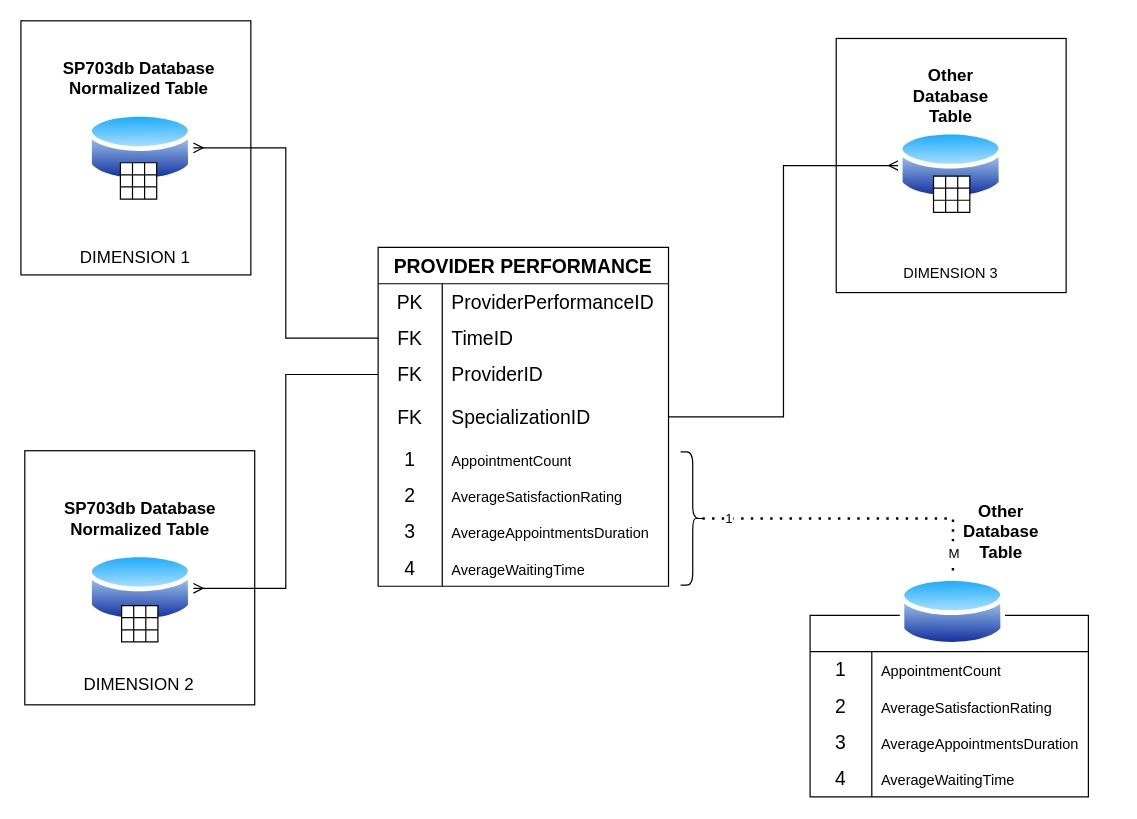
vinsanity2022/ERD_SP703 keeps this draw.io diagram as page "datasource diagram DW" (9 of 9) of SP703.drawio. Above is the earlier version. Source tidied: cells renumbered, new cells numbered last; positions are measured from the earlier drawing's top-left corner, leaving out a move shared by most shapes. Both pictures are drawn from the tidied source at 121%, with x=0, y=0 at pixel (21, 21).
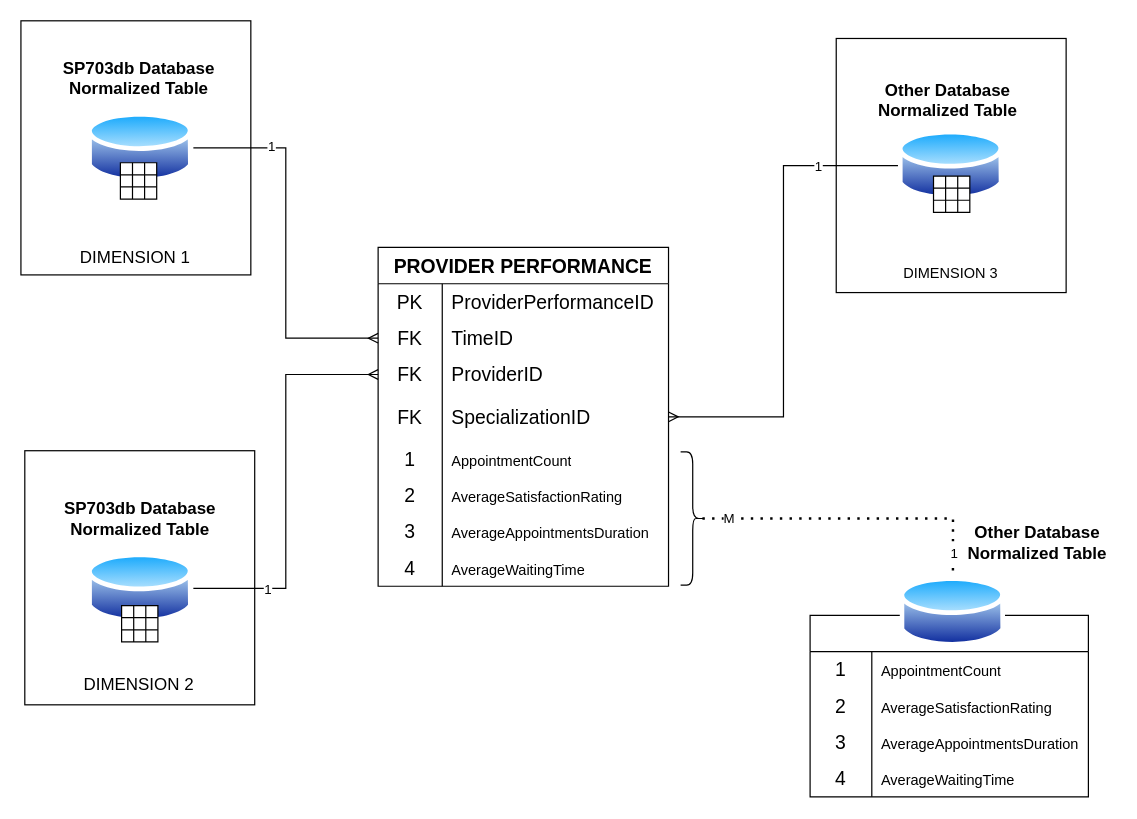
The same diagram, later.

Unchanged cells that the change refers to:
```xml
<mxCell id="10" style="shape=tableRow;horizontal=0;startSize=0;swimlaneHead=0;swimlaneBody=0;top=0;left=0;bottom=0;right=0;fillColor=none;points=[[0,0.5],[1,0.5]];portConstraint=eastwest;strokeColor=inherit;fontSize=16;" parent="6" vertex="1">
  <mxGeometry y="60" width="240" height="30" as="geometry" />
</mxCell>
<mxCell id="13" style="shape=tableRow;horizontal=0;startSize=0;swimlaneHead=0;swimlaneBody=0;top=0;left=0;bottom=0;right=0;fillColor=none;points=[[0,0.5],[1,0.5]];portConstraint=eastwest;strokeColor=inherit;fontSize=16;" parent="6" vertex="1">
  <mxGeometry y="90" width="240" height="30" as="geometry" />
</mxCell>
<mxCell id="16" style="shape=tableRow;horizontal=0;startSize=0;swimlaneHead=0;swimlaneBody=0;top=0;left=0;bottom=0;right=0;fillColor=none;points=[[0,0.5],[1,0.5]];portConstraint=eastwest;strokeColor=inherit;fontSize=16;" parent="6" vertex="1">
  <mxGeometry y="120" width="240" height="40" as="geometry" />
</mxCell>
<mxCell id="48" style="image;perimeter=ellipsePerimeter;html=1;align=center;shadow=0;dashed=0;spacingTop=3;image=img/lib/active_directory/database.svg;" parent="1" vertex="1">
  <mxGeometry x="725" y="87" width="87.3" height="64.6" as="geometry" />
</mxCell>
<mxCell id="49" style="image;perimeter=ellipsePerimeter;html=1;align=center;shadow=0;dashed=0;spacingTop=3;image=img/lib/active_directory/database.svg;" parent="1" vertex="1">
  <mxGeometry x="55" y="72.4" width="87.3" height="64.6" as="geometry" />
</mxCell>
<mxCell id="50" style="image;perimeter=ellipsePerimeter;html=1;align=center;shadow=0;dashed=0;spacingTop=3;image=img/lib/active_directory/database.svg;" parent="1" vertex="1">
  <mxGeometry x="55" y="436.4" width="87.3" height="64.6" as="geometry" />
</mxCell>
<mxCell id="96" style="endArrow=none;dashed=1;html=1;dashPattern=1 3;strokeWidth=2;rounded=0;exitX=0.1;exitY=0.5;exitDx=0;exitDy=0;exitPerimeter=0;entryX=0.5;entryY=0;entryDx=0;entryDy=0;edgeStyle=orthogonalEdgeStyle;" parent="1" edge="1" source="5" target="44">
  <mxGeometry relative="1" as="geometry" />
</mxCell>
```

What changed in the source:
```diff
@@
-    <mxCell id="45" value="&lt;font style=&quot;font-size: 14px;&quot;&gt;&lt;b&gt;Other Database Table&lt;/b&gt;&lt;/font&gt;" style="text;strokeColor=none;align=center;fillColor=none;html=1;verticalAlign=middle;whiteSpace=wrap;rounded=0;" parent="1" vertex="1">
-      <mxGeometry x="775" y="397" width="70" height="50" as="geometry" />
-    </mxCell>
-    <mxCell id="46" value="&lt;font style=&quot;font-size: 14px;&quot;&gt;&lt;b&gt;Other Database Table&lt;/b&gt;&lt;/font&gt;" style="text;strokeColor=none;align=center;fillColor=none;html=1;verticalAlign=middle;whiteSpace=wrap;rounded=0;" parent="1" vertex="1">
-      <mxGeometry x="727.6" y="37" width="81.3" height="50" as="geometry" />
+    <mxCell id="46" value="&lt;font style=&quot;font-size: 14px;&quot;&gt;&lt;b&gt;Other Database Normalized Table&lt;/b&gt;&lt;/font&gt;" style="text;strokeColor=none;align=center;fillColor=none;html=1;verticalAlign=middle;whiteSpace=wrap;rounded=0;" parent="1" vertex="1">
+      <mxGeometry x="701" y="40" width="130" height="50" as="geometry" />
     </mxCell>
-    <mxCell id="47" style="edgeStyle=orthogonalEdgeStyle;fontSize=12;html=1;endArrow=ERmany;rounded=0;entryX=0;entryY=0.5;entryDx=0;entryDy=0;" parent="1" edge="1" source="16" target="48">
+    <mxCell id="47" style="edgeStyle=orthogonalEdgeStyle;fontSize=12;html=1;endArrow=ERmany;rounded=0;entryX=1;entryY=0.5;entryDx=0;entryDy=0;exitX=0;exitY=0.5;exitDx=0;exitDy=0;" parent="1" edge="1" source="48" target="16">
       <mxGeometry relative="1" as="geometry" />
     </mxCell>
+    <mxCell id="100" value="1" style="edgeLabel;html=1;align=center;verticalAlign=middle;" parent="47" vertex="1">
+      <mxGeometry x="-0.67" relative="1" as="geometry" />
+    </mxCell>
@@
-    <mxCell id="52" style="edgeStyle=orthogonalEdgeStyle;fontSize=12;html=1;endArrow=ERmany;rounded=0;entryX=1;entryY=0.5;entryDx=0;entryDy=0;" parent="1" edge="1" source="10" target="49">
+    <mxCell id="52" style="edgeStyle=orthogonalEdgeStyle;fontSize=12;html=1;endArrow=ERmany;rounded=0;entryX=0;entryY=0.5;entryDx=0;entryDy=0;exitX=1;exitY=0.5;exitDx=0;exitDy=0;" parent="1" edge="1" source="49" target="10">
       <mxGeometry relative="1" as="geometry" />
     </mxCell>
+    <mxCell id="101" value="1" style="edgeLabel;html=1;align=center;verticalAlign=middle;" parent="52" vertex="1">
+      <mxGeometry x="-0.59" y="1" relative="1" as="geometry" />
+    </mxCell>
-    <mxCell id="53" style="edgeStyle=orthogonalEdgeStyle;fontSize=12;html=1;endArrow=ERmany;rounded=0;entryX=1;entryY=0.5;entryDx=0;entryDy=0;" parent="1" edge="1" source="13" target="50">
+    <mxCell id="53" style="edgeStyle=orthogonalEdgeStyle;fontSize=12;html=1;endArrow=ERmany;rounded=0;exitX=1;exitY=0.5;exitDx=0;exitDy=0;" parent="1" edge="1" source="50" target="13">
       <mxGeometry relative="1" as="geometry" />
     </mxCell>
+    <mxCell id="102" value="1" style="edgeLabel;html=1;align=center;verticalAlign=middle;" parent="53" vertex="1">
+      <mxGeometry x="-0.63" y="-1" relative="1" as="geometry" />
+    </mxCell>
@@
-    <mxCell id="97" value="M" style="edgeLabel;html=1;align=center;verticalAlign=middle;" parent="96" vertex="1">
+    <mxCell id="97" value="1" style="edgeLabel;html=1;align=center;verticalAlign=middle;" parent="96" vertex="1">
       <mxGeometry x="0.87" relative="1" as="geometry" />
     </mxCell>
-    <mxCell id="98" value="1" style="edgeLabel;html=1;align=center;verticalAlign=middle;" parent="96" vertex="1">
+    <mxCell id="98" value="M" style="edgeLabel;html=1;align=center;verticalAlign=middle;" parent="96" vertex="1">
       <mxGeometry x="-0.83" y="1" relative="1" as="geometry" />
     </mxCell>
@@
+    <mxCell id="103" value="&lt;font style=&quot;font-size: 14px;&quot;&gt;&lt;b&gt;Other Database Normalized Table&lt;/b&gt;&lt;/font&gt;" style="text;strokeColor=none;align=center;fillColor=none;html=1;verticalAlign=middle;whiteSpace=wrap;rounded=0;" parent="1" vertex="1">
+      <mxGeometry x="775" y="406" width="130" height="50" as="geometry" />
+    </mxCell>
```
